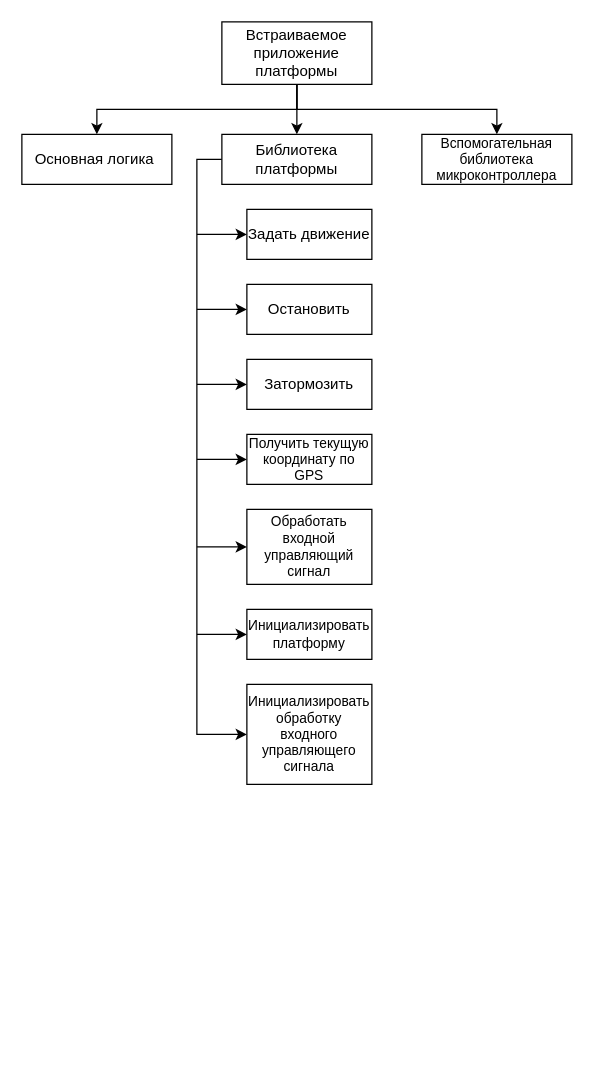
This is Course3/functional.drawio from forem1/Portfolio, a draw.io file, before an edit. Source tidied: cells renumbered, new cells numbered last; positions are measured from the earlier drawing's top-left corner, leaving out a move shared by most shapes. Both pictures are drawn from the tidied source at 125%, with x=0, y=0 at pixel (21, 21).
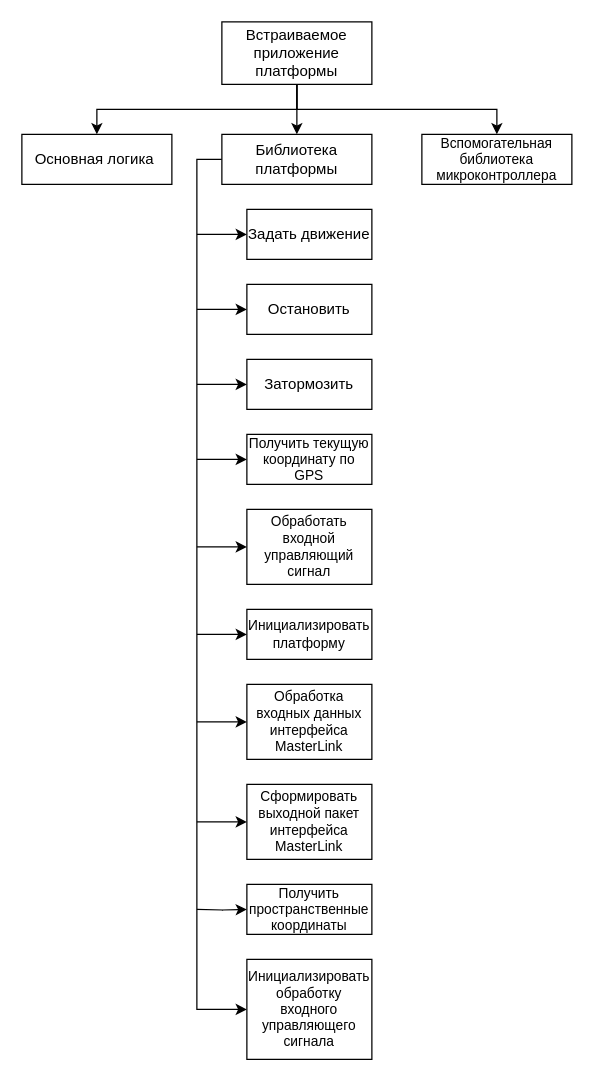
After the change.

Unchanged cells that the change refers to:
```xml
<mxCell id="8" value="Библиотека платформы" style="rounded=0;whiteSpace=wrap;html=1;" parent="1" vertex="1">
  <mxGeometry x="160" y="90" width="120" height="40" as="geometry" />
</mxCell>
```

The edit, as a diff of the source:
```diff
@@
     <mxCell id="7" style="edgeStyle=orthogonalEdgeStyle;rounded=0;jettySize=auto;html=1;exitX=0;exitY=0.5;exitDx=0;exitDy=0;fontSize=11;startArrow=none;startFill=0;entryX=0;entryY=0.5;entryDx=0;entryDy=0;" parent="1" edge="1" source="8" target="20">
-      <mxGeometry relative="1" as="geometry" />
+      <mxGeometry relative="1" as="geometry">
+        <Array as="points">
+          <mxPoint x="140" y="110" />
+          <mxPoint x="140" y="790" />
+        </Array>
+      </mxGeometry>
     </mxCell>
@@
     <mxCell id="20" value="Инициализировать обработку входного управляющего сигнала" style="rounded=0;whiteSpace=wrap;html=1;fontSize=11;" parent="1" vertex="1">
-      <mxGeometry x="180" y="530" width="100" height="80" as="geometry" />
+      <mxGeometry x="180" y="750" width="100" height="80" as="geometry" />
     </mxCell>
@@
+    <mxCell id="23" value="Обработка входных данных интерфейса MasterLink" style="rounded=0;whiteSpace=wrap;html=1;fontSize=11;" parent="1" vertex="1">
+      <mxGeometry x="180" y="530" width="100" height="60" as="geometry" />
+    </mxCell>
+    <mxCell id="24" value="Сформировать выходной пакет интерфейса MasterLink" style="rounded=0;whiteSpace=wrap;html=1;fontSize=11;" parent="1" vertex="1">
+      <mxGeometry x="180" y="610" width="100" height="60" as="geometry" />
+    </mxCell>
+    <mxCell id="25" style="edgeStyle=orthogonalEdgeStyle;rounded=0;jettySize=auto;html=1;exitX=0;exitY=0.5;exitDx=0;exitDy=0;fontSize=11;startArrow=classic;startFill=1;endArrow=none;endFill=0;" parent="1" edge="1" source="23">
+      <mxGeometry relative="1" as="geometry">
+        <mxPoint x="140" y="560" as="targetPoint" />
+      </mxGeometry>
+    </mxCell>
+    <mxCell id="26" style="edgeStyle=orthogonalEdgeStyle;rounded=0;jettySize=auto;html=1;exitX=0;exitY=0.5;exitDx=0;exitDy=0;fontSize=11;startArrow=classic;startFill=1;endArrow=none;endFill=0;" parent="1" edge="1" source="24">
+      <mxGeometry relative="1" as="geometry">
+        <mxPoint x="140" y="640" as="targetPoint" />
+      </mxGeometry>
+    </mxCell>
+    <mxCell id="27" value="Получить пространственные координаты" style="rounded=0;whiteSpace=wrap;html=1;fontSize=11;" parent="1" vertex="1">
+      <mxGeometry x="180" y="690" width="100" height="40" as="geometry" />
+    </mxCell>
+    <mxCell id="28" style="edgeStyle=orthogonalEdgeStyle;rounded=0;orthogonalLoop=1;jettySize=auto;html=1;fontSize=11;startArrow=classic;startFill=1;endArrow=none;endFill=0;" parent="1" edge="1">
+      <mxGeometry relative="1" as="geometry">
+        <mxPoint x="180" y="710" as="sourcePoint" />
+        <mxPoint x="140" y="710" as="targetPoint" />
+      </mxGeometry>
+    </mxCell>
```
